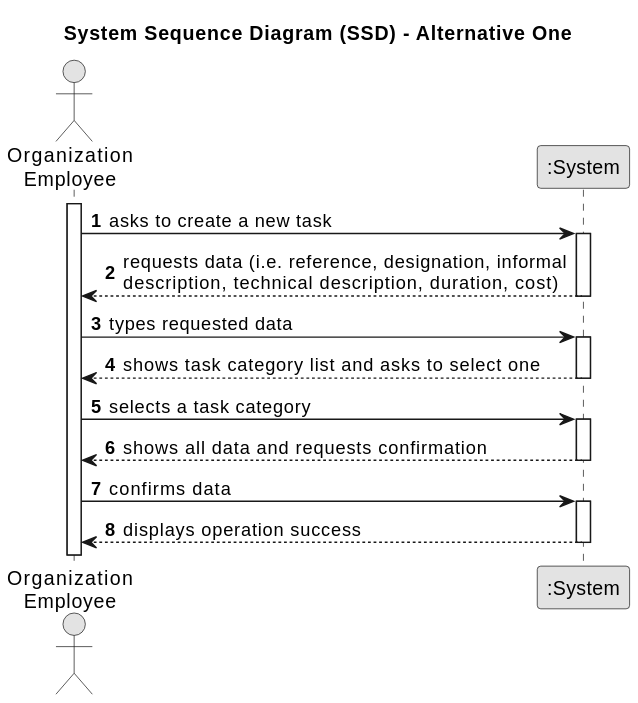
This is docs/sprintA&B&C/us021/01.requirements-engineering/svg/us006-system-sequence-diagram-alternative-one.svg from daniel41silva05/ISEP_2023_2024_LAPR2, a PlantUML export, as it was before one commit.
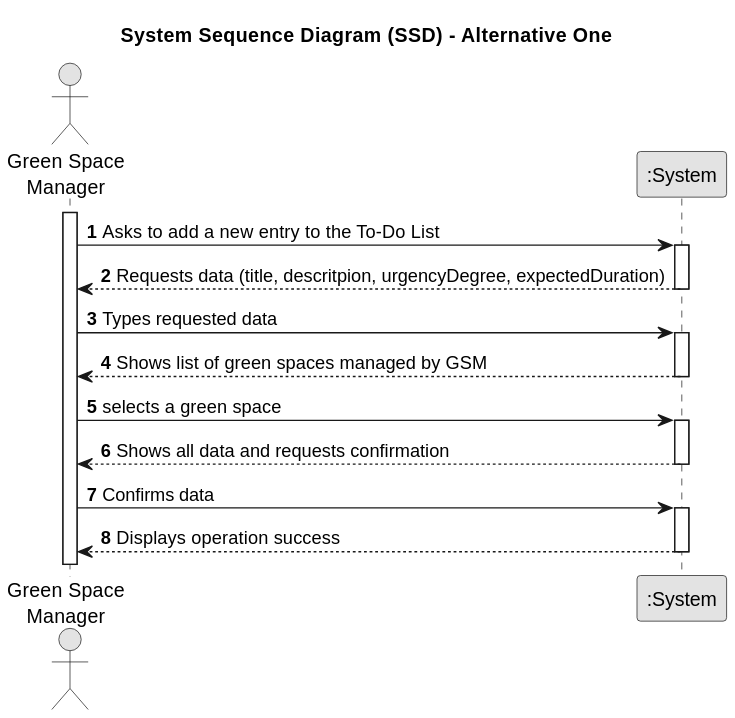
After the commit.

Change to the diagram source:
```diff
@@ -7,32 +7,32 @@
 
 autonumber
 
-actor "Organization\nEmployee" as Employee
+actor "Green Space\nManager" as GSM
 participant ":System" as System
 
-activate Employee
+activate GSM
 
-    Employee -> System : asks to create a new task
+    GSM -> System : Asks to add a new entry to the To-Do List
     activate System
 
-        System --> Employee : requests data (i.e. reference, designation, informal\ndescription, technical description, duration, cost)
+        System --> GSM : Requests data (title, descritpion, urgencyDegree, expectedDuration)
     deactivate System
 
-    Employee -> System : types requested data
+    GSM -> System : Types requested data
     activate System
 
-        System --> Employee : shows task category list and asks to select one
+        System --> GSM : Shows list of green spaces managed by GSM
     deactivate System
 
-    Employee -> System : selects a task category
+    GSM -> System : selects a green space
     activate System
 
-        System --> Employee : shows all data and requests confirmation
+        System --> GSM : Shows all data and requests confirmation
     deactivate System
 
-    Employee -> System : confirms data
+    GSM -> System : Confirms data
     activate System
 
-        System --> Employee : displays operation success
+        System --> GSM : Displays operation success
     deactivate System
 @enduml
```
